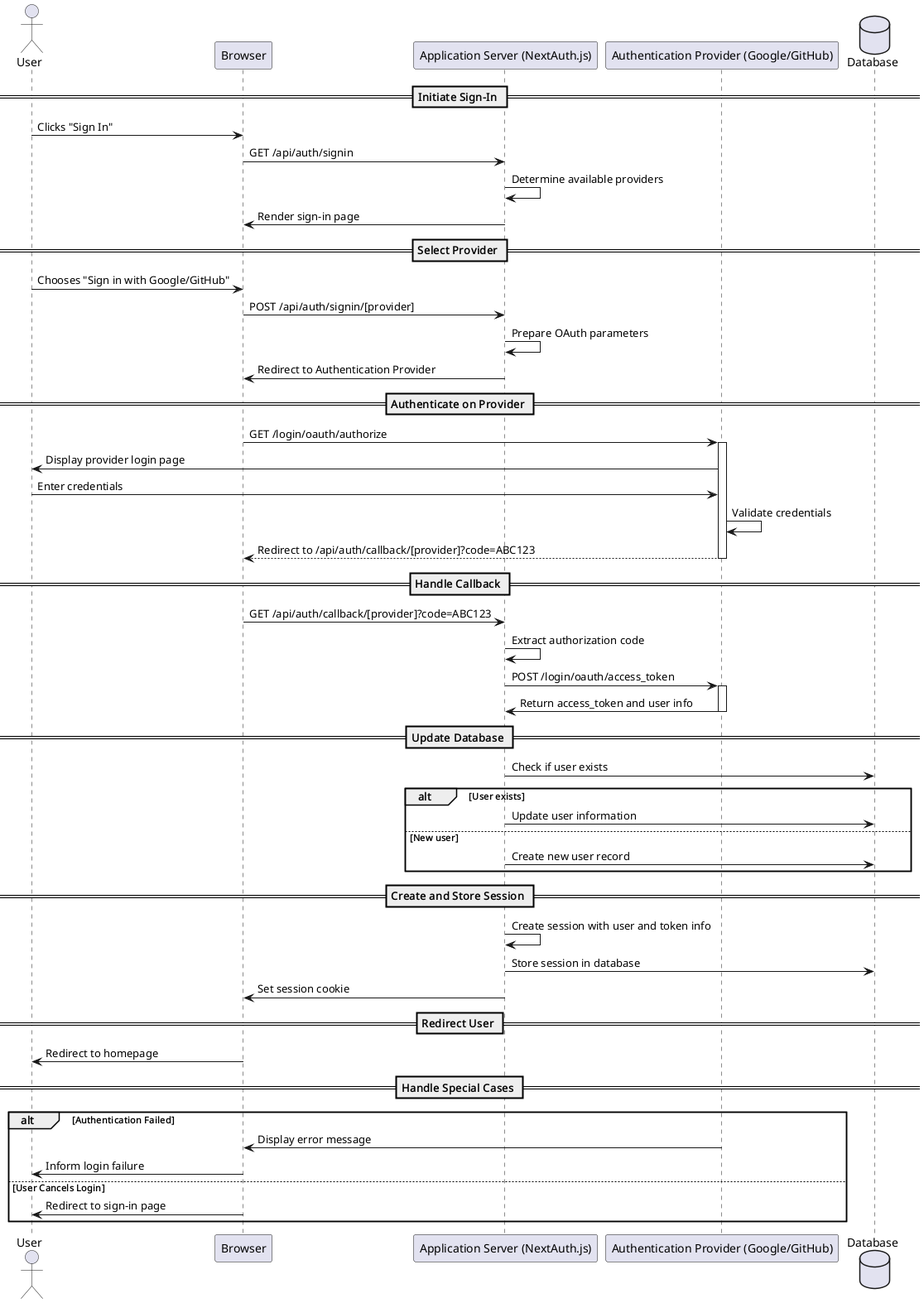
souhaib-askri/report_pfe keeps this PlantUML diagram as conception/SprintII/sequence_diagrams/nextautha_signin.png. Above is the earlier version.
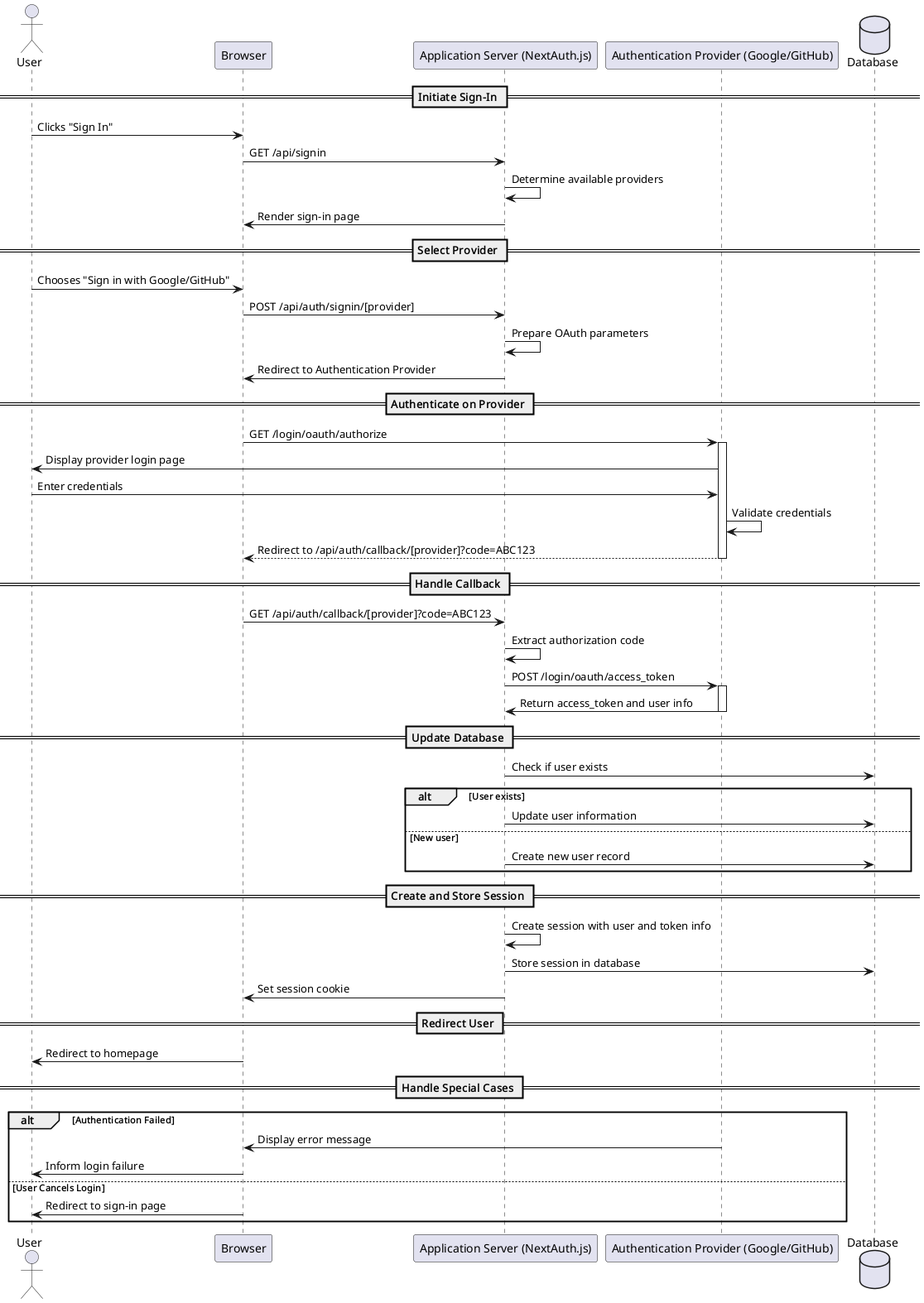
The same file after the commit.

Diff of the diagram source:
```diff
@@ -7,7 +7,7 @@
 
 == Initiate Sign-In ==
 User -> Browser : Clicks "Sign In"
-Browser -> AppServer : GET /api/auth/signin
+Browser -> AppServer : GET /api/signin
 AppServer -> AppServer : Determine available providers
 AppServer -> Browser : Render sign-in page
 
```
